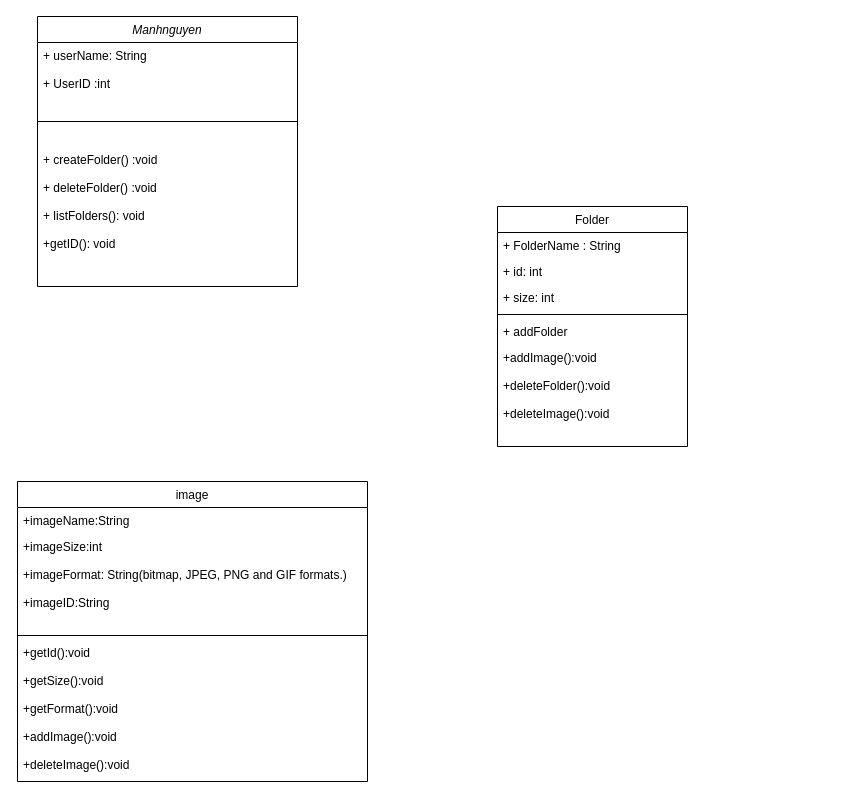
The draw.io diagram Untitled Diagram.drawio in Manhnguyen015/Spectral-Matter, before the edit. Source tidied: cells renumbered, new cells numbered last; positions are measured from the earlier drawing's top-left corner, leaving out a move shared by most shapes. Both pictures are drawn from the tidied source at 100%, with x=0, y=0 at pixel (17, 16).
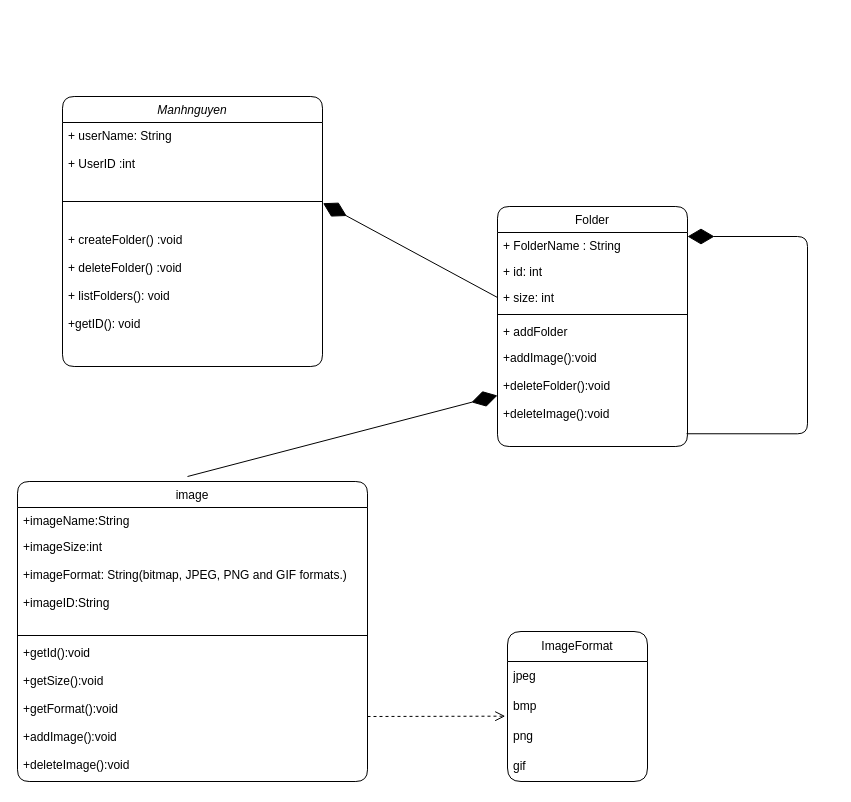
The same diagram, later.

Diff of the diagram source:
```diff
@@
-    <mxCell id="2" value="Manhnguyen" style="swimlane;fontStyle=2;align=center;verticalAlign=top;horizontal=1;startSize=26;rounded=0;shadow=0;strokeWidth=1;" parent="1" vertex="1">
-      <mxGeometry x="20" width="260" height="270" as="geometry" />
+    <mxCell id="2" value="Manhnguyen" style="swimlane;fontStyle=2;align=center;verticalAlign=top;horizontal=1;startSize=26;rounded=1;shadow=0;strokeWidth=1;" parent="1" vertex="1">
+      <mxGeometry x="45" y="80" width="260" height="270" as="geometry" />
     </mxCell>
-    <mxCell id="3" value="+ userName: String&#10;&#10;+ UserID :int&#10;&#10;" style="text;align=left;verticalAlign=top;spacingLeft=4;spacingRight=4;overflow=hidden;" parent="2" vertex="1">
+    <mxCell id="3" value="+ userName: String&#10;&#10;+ UserID :int&#10;&#10;" style="text;align=left;verticalAlign=top;spacingLeft=4;spacingRight=4;overflow=hidden;rounded=1;" parent="2" vertex="1">
       <mxGeometry y="26" width="260" height="54" as="geometry" />
     </mxCell>
-    <mxCell id="4" style="line;html=1;strokeWidth=1;align=left;verticalAlign=middle;spacingTop=-1;spacingLeft=3;spacingRight=3;labelPosition=right;points=[];portConstraint=eastwest;" parent="2" vertex="1">
+    <mxCell id="4" style="line;html=1;strokeWidth=1;align=left;verticalAlign=middle;spacingTop=-1;spacingLeft=3;spacingRight=3;labelPosition=right;points=[];portConstraint=eastwest;rounded=1;" parent="2" vertex="1">
       <mxGeometry y="80" width="260" height="50" as="geometry" />
     </mxCell>
-    <mxCell id="5" value="+ createFolder() :void&#10;&#10;+ deleteFolder() :void&#10;&#10; + listFolders(): void&#10;&#10;+getID(): void" style="text;align=left;verticalAlign=top;spacingLeft=4;spacingRight=4;overflow=hidden;" parent="2" vertex="1">
+    <mxCell id="5" value="+ createFolder() :void&#10;&#10;+ deleteFolder() :void&#10;&#10; + listFolders(): void&#10;&#10;+getID(): void" style="text;align=left;verticalAlign=top;spacingLeft=4;spacingRight=4;overflow=hidden;rounded=1;" parent="2" vertex="1">
       <mxGeometry y="130" width="260" height="110" as="geometry" />
     </mxCell>
-    <mxCell id="6" value="image" style="swimlane;fontStyle=0;align=center;verticalAlign=top;horizontal=1;startSize=26;rounded=0;shadow=0;strokeWidth=1;" parent="1" vertex="1">
+    <mxCell id="6" value="image" style="swimlane;fontStyle=0;align=center;verticalAlign=top;horizontal=1;startSize=26;rounded=1;shadow=0;strokeWidth=1;" parent="1" vertex="1">
       <mxGeometry y="465" width="350" height="300" as="geometry" />
     </mxCell>
-    <mxCell id="7" value="+imageName:String&#10;&#10;" style="text;align=left;verticalAlign=top;spacingLeft=4;spacingRight=4;overflow=hidden;" parent="6" vertex="1">
+    <mxCell id="7" value="+imageName:String&#10;&#10;" style="text;align=left;verticalAlign=top;spacingLeft=4;spacingRight=4;overflow=hidden;rounded=1;" parent="6" vertex="1">
       <mxGeometry y="26" width="350" height="26" as="geometry" />
     </mxCell>
-    <mxCell id="8" value="+imageSize:int&#10;&#10;+imageFormat: String(bitmap, JPEG, PNG and GIF formats.)&#10;&#10;+imageID:String" style="text;align=left;verticalAlign=top;spacingLeft=4;spacingRight=4;overflow=hidden;rounded=0;shadow=0;html=0;" parent="6" vertex="1">
+    <mxCell id="8" value="+imageSize:int&#10;&#10;+imageFormat: String(bitmap, JPEG, PNG and GIF formats.)&#10;&#10;+imageID:String" style="text;align=left;verticalAlign=top;spacingLeft=4;spacingRight=4;overflow=hidden;rounded=1;shadow=0;html=0;" parent="6" vertex="1">
       <mxGeometry y="52" width="350" height="98" as="geometry" />
     </mxCell>
-    <mxCell id="9" style="line;html=1;strokeWidth=1;align=left;verticalAlign=middle;spacingTop=-1;spacingLeft=3;spacingRight=3;labelPosition=right;" parent="6" vertex="1">
+    <mxCell id="9" style="line;html=1;strokeWidth=1;align=left;verticalAlign=middle;spacingTop=-1;spacingLeft=3;spacingRight=3;labelPosition=right;rounded=1;" parent="6" vertex="1">
       <mxGeometry y="150" width="350" height="8" as="geometry" />
     </mxCell>
-    <mxCell id="10" value="+getId():void&#10;&#10;+getSize():void&#10;&#10;+getFormat():void&#10;&#10;+addImage():void&#10;&#10;+deleteImage():void" style="text;align=left;verticalAlign=top;spacingLeft=4;spacingRight=4;overflow=hidden;" parent="6" vertex="1">
+    <mxCell id="10" value="+getId():void&#10;&#10;+getSize():void&#10;&#10;+getFormat():void&#10;&#10;+addImage():void&#10;&#10;+deleteImage():void" style="text;align=left;verticalAlign=top;spacingLeft=4;spacingRight=4;overflow=hidden;rounded=1;" parent="6" vertex="1">
       <mxGeometry y="158" width="350" height="142" as="geometry" />
     </mxCell>
-    <mxCell id="11" value="Folder" style="swimlane;fontStyle=0;align=center;verticalAlign=top;horizontal=1;startSize=26;rounded=0;shadow=0;strokeWidth=1;" parent="1" vertex="1">
+    <mxCell id="11" value="Folder" style="swimlane;fontStyle=0;align=center;verticalAlign=top;horizontal=1;startSize=26;rounded=1;shadow=0;strokeWidth=1;" parent="1" vertex="1">
       <mxGeometry x="480" y="190" width="190" height="240" as="geometry" />
     </mxCell>
-    <mxCell id="12" value="+ FolderName : String" style="text;align=left;verticalAlign=top;spacingLeft=4;spacingRight=4;overflow=hidden;" parent="11" vertex="1">
+    <mxCell id="12" value="+ FolderName : String" style="text;align=left;verticalAlign=top;spacingLeft=4;spacingRight=4;overflow=hidden;rounded=1;" parent="11" vertex="1">
       <mxGeometry y="26" width="190" height="26" as="geometry" />
     </mxCell>
-    <mxCell id="13" value="+ id: int" style="text;align=left;verticalAlign=top;spacingLeft=4;spacingRight=4;overflow=hidden;rounded=0;shadow=0;html=0;" parent="11" vertex="1">
+    <mxCell id="13" value="+ id: int" style="text;align=left;verticalAlign=top;spacingLeft=4;spacingRight=4;overflow=hidden;rounded=1;shadow=0;html=0;" parent="11" vertex="1">
       <mxGeometry y="52" width="190" height="26" as="geometry" />
     </mxCell>
-    <mxCell id="14" value="+ size: int" style="text;align=left;verticalAlign=top;spacingLeft=4;spacingRight=4;overflow=hidden;points=[[0,0.5],[1,0.5]];portConstraint=eastwest;rounded=0;shadow=0;html=0;" parent="11" vertex="1">
+    <mxCell id="14" value="+ size: int" style="text;align=left;verticalAlign=top;spacingLeft=4;spacingRight=4;overflow=hidden;points=[[0,0.5],[1,0.5]];portConstraint=eastwest;rounded=1;shadow=0;html=0;" parent="11" vertex="1">
       <mxGeometry y="78" width="190" height="26" as="geometry" />
     </mxCell>
-    <mxCell id="15" style="line;html=1;strokeWidth=1;align=left;verticalAlign=middle;spacingTop=-1;spacingLeft=3;spacingRight=3;labelPosition=right;" parent="11" vertex="1">
+    <mxCell id="15" style="line;html=1;strokeWidth=1;align=left;verticalAlign=middle;spacingTop=-1;spacingLeft=3;spacingRight=3;labelPosition=right;rounded=1;" parent="11" vertex="1">
       <mxGeometry y="104" width="190" height="8" as="geometry" />
     </mxCell>
-    <mxCell id="16" value="+ addFolder" style="text;align=left;verticalAlign=top;spacingLeft=4;spacingRight=4;overflow=hidden;" parent="11" vertex="1">
+    <mxCell id="16" value="+ addFolder" style="text;align=left;verticalAlign=top;spacingLeft=4;spacingRight=4;overflow=hidden;rounded=1;" parent="11" vertex="1">
       <mxGeometry y="112" width="190" height="26" as="geometry" />
     </mxCell>
-    <mxCell id="17" value="+addImage():void&#10;&#10;+deleteFolder():void&#10;&#10;+deleteImage():void&#10;&#10;" style="text;align=left;verticalAlign=top;spacingLeft=4;spacingRight=4;overflow=hidden;points=[[0,0.5],[1,0.5]];portConstraint=eastwest;" parent="11" vertex="1">
+    <mxCell id="17" value="+addImage():void&#10;&#10;+deleteFolder():void&#10;&#10;+deleteImage():void&#10;&#10;" style="text;align=left;verticalAlign=top;spacingLeft=4;spacingRight=4;overflow=hidden;points=[[0,0.5],[1,0.5]];portConstraint=eastwest;rounded=1;" parent="11" vertex="1">
       <mxGeometry y="138" width="190" height="102" as="geometry" />
     </mxCell>
+    <mxCell id="18" style="endArrow=diamondThin;endFill=1;endSize=24;html=1;rounded=1;exitX=0.995;exitY=0.875;exitDx=0;exitDy=0;exitPerimeter=0;edgeStyle=orthogonalEdgeStyle;" parent="11" edge="1" source="17" target="11">
+      <mxGeometry relative="1" as="geometry">
+        <Array as="points">
+          <mxPoint x="310" y="227" />
+          <mxPoint x="310" y="30" />
+        </Array>
+      </mxGeometry>
+    </mxCell>
+    <mxCell id="19" value="ImageFormat" style="swimlane;fontStyle=0;horizontal=1;startSize=30;whiteSpace=wrap;html=1;rounded=1;" parent="1" vertex="1">
+      <mxGeometry x="490" y="615" width="140" height="150" as="geometry" />
+    </mxCell>
+    <mxCell id="20" value="jpeg" style="text;strokeColor=none;fillColor=none;align=left;verticalAlign=middle;spacingLeft=4;spacingRight=4;overflow=hidden;whiteSpace=wrap;html=1;rounded=1;" parent="19" vertex="1">
+      <mxGeometry y="30" width="140" height="30" as="geometry" />
+    </mxCell>
+    <mxCell id="21" value="bmp" style="text;strokeColor=none;fillColor=none;align=left;verticalAlign=middle;spacingLeft=4;spacingRight=4;overflow=hidden;points=[[0,0.5],[1,0.5]];portConstraint=eastwest;whiteSpace=wrap;html=1;rounded=1;" parent="19" vertex="1">
+      <mxGeometry y="60" width="140" height="30" as="geometry" />
+    </mxCell>
+    <mxCell id="22" value="png" style="text;strokeColor=none;fillColor=none;align=left;verticalAlign=middle;spacingLeft=4;spacingRight=4;overflow=hidden;whiteSpace=wrap;html=1;rounded=1;" parent="19" vertex="1">
+      <mxGeometry y="90" width="140" height="30" as="geometry" />
+    </mxCell>
+    <mxCell id="23" value="gif" style="text;strokeColor=none;fillColor=none;align=left;verticalAlign=middle;spacingLeft=4;spacingRight=4;overflow=hidden;whiteSpace=wrap;html=1;rounded=1;" parent="19" vertex="1">
+      <mxGeometry y="120" width="140" height="30" as="geometry" />
+    </mxCell>
+    <mxCell id="24" style="endArrow=diamondThin;endFill=1;endSize=24;html=1;rounded=1;entryX=0;entryY=0.5;entryDx=0;entryDy=0;" parent="1" edge="1" target="17">
+      <mxGeometry relative="1" as="geometry">
+        <mxPoint x="170" y="460" as="sourcePoint" />
+      </mxGeometry>
+    </mxCell>
+    <mxCell id="25" style="endArrow=diamondThin;endFill=1;endSize=24;html=1;rounded=1;exitX=0;exitY=0.5;exitDx=0;exitDy=0;entryX=1.002;entryY=0.534;entryDx=0;entryDy=0;entryPerimeter=0;" parent="1" edge="1" source="14" target="4">
+      <mxGeometry relative="1" as="geometry" />
+    </mxCell>
+    <mxCell id="26" style="html=1;verticalAlign=bottom;endArrow=open;dashed=1;endSize=8;curved=0;rounded=0;exitX=-0.016;exitY=0.822;exitDx=0;exitDy=0;exitPerimeter=0;entryX=-0.016;entryY=0.822;entryDx=0;entryDy=0;entryPerimeter=0;" parent="1" edge="1" target="21">
+      <mxGeometry relative="1" as="geometry">
+        <mxPoint x="350" y="700" as="sourcePoint" />
+      </mxGeometry>
+    </mxCell>
```
